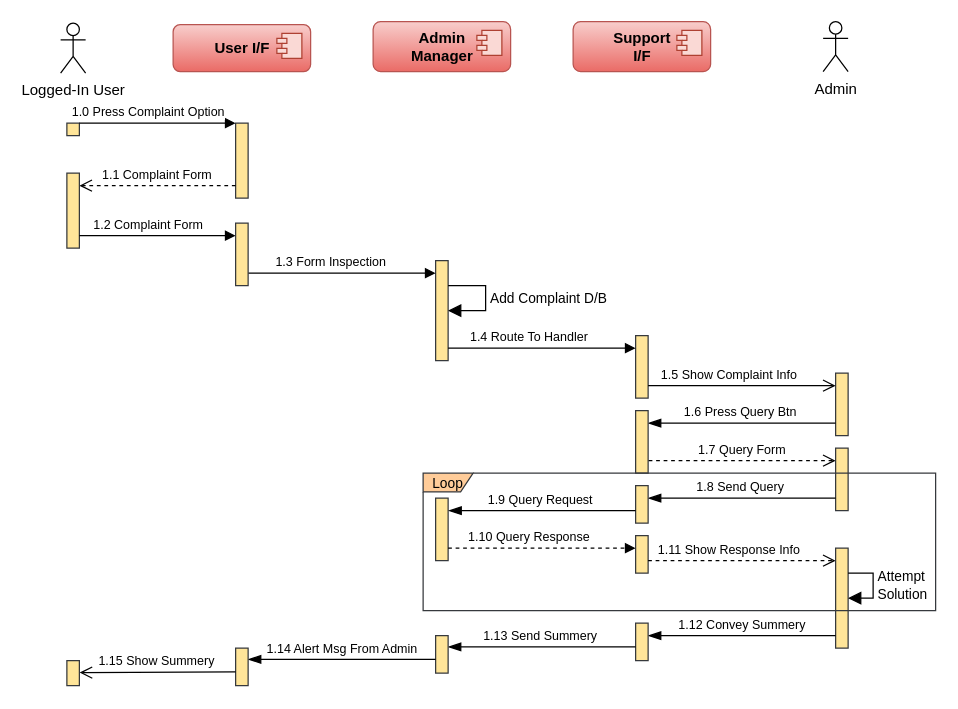
The draw.io diagram page "SAD SUC-2" (3 of 4) of SAD Sequence Diagrams.drawio in Itaybarbar/myProject, before the edit. Source tidied: cells renumbered, new cells numbered last; positions are measured from the earlier drawing's top-left corner, leaving out a move shared by most shapes. Both pictures are drawn from the tidied source at 125%, with x=0, y=0 at pixel (60, 21).
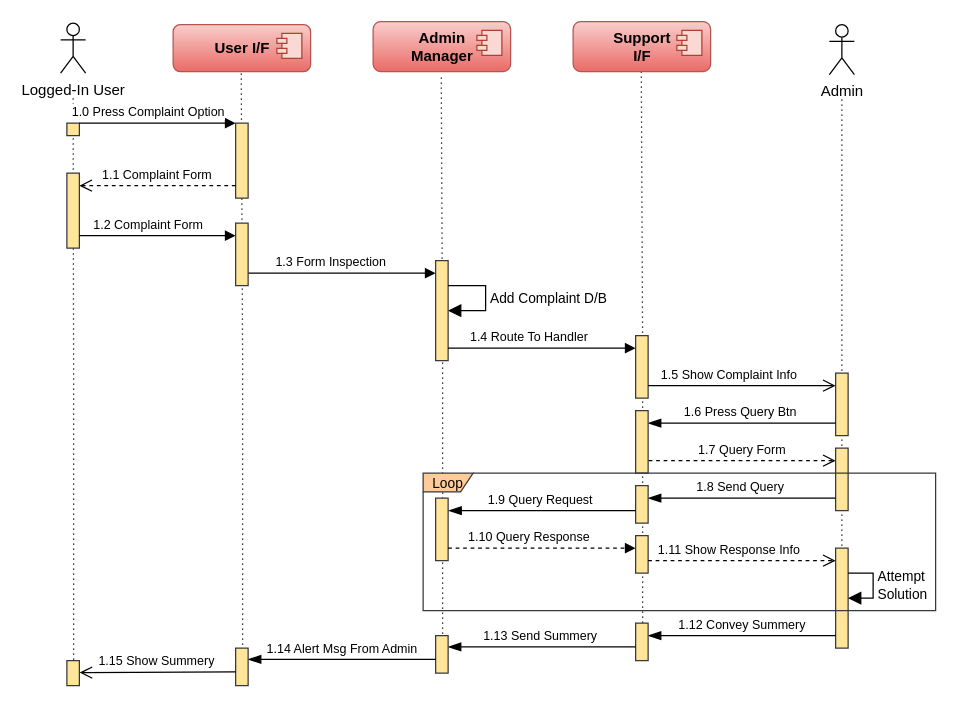
After the change.

Unchanged cells that the change refers to:
```xml
<mxCell id="38" style="html=1;points=[];perimeter=orthogonalPerimeter;fillColor=#FFE599;strokeColor=#36393d;" parent="1" vertex="1">
  <mxGeometry x="460" y="481" width="10" height="30" as="geometry" />
</mxCell>
<mxCell id="41" style="html=1;points=[];perimeter=orthogonalPerimeter;fillColor=#FFE599;strokeColor=#36393d;" parent="1" vertex="1">
  <mxGeometry x="300" y="491" width="10" height="30" as="geometry" />
</mxCell>
<mxCell id="43" style="html=1;points=[];perimeter=orthogonalPerimeter;fillColor=#FFE599;strokeColor=#36393d;" parent="1" vertex="1">
  <mxGeometry x="140" y="501" width="10" height="30" as="geometry" />
</mxCell>
<mxCell id="45" style="html=1;points=[];perimeter=orthogonalPerimeter;fillColor=#FFE599;strokeColor=#36393d;" parent="1" vertex="1">
  <mxGeometry x="5" y="511" width="10" height="20" as="geometry" />
</mxCell>
```

Diff of the diagram source:
```diff
@@
+    <mxCell id="46" style="endArrow=none;dashed=1;html=1;dashPattern=1 3;strokeWidth=1;rounded=0;startSize=8;endSize=6;edgeStyle=orthogonalEdgeStyle;exitX=0.54;exitY=-0.04;exitDx=0;exitDy=0;exitPerimeter=0;" parent="1" edge="1" source="45">
+      <mxGeometry relative="1" as="geometry">
+        <mxPoint x="10" y="61" as="targetPoint" />
+      </mxGeometry>
+    </mxCell>
+    <mxCell id="47" style="endArrow=none;dashed=1;html=1;dashPattern=1 3;strokeWidth=1;rounded=0;startSize=8;endSize=6;edgeStyle=orthogonalEdgeStyle;exitX=0.56;exitY=-0.093;exitDx=0;exitDy=0;exitPerimeter=0;" parent="1" edge="1" source="43">
+      <mxGeometry relative="1" as="geometry">
+        <mxPoint x="144.5" y="39.8" as="targetPoint" />
+      </mxGeometry>
+    </mxCell>
+    <mxCell id="48" style="endArrow=none;dashed=1;html=1;dashPattern=1 3;strokeWidth=1;rounded=0;startSize=8;endSize=6;edgeStyle=orthogonalEdgeStyle;exitX=0.56;exitY=-0.053;exitDx=0;exitDy=0;exitPerimeter=0;" parent="1" edge="1" source="41">
+      <mxGeometry relative="1" as="geometry">
+        <mxPoint x="304.5" y="42.2" as="targetPoint" />
+      </mxGeometry>
+    </mxCell>
+    <mxCell id="49" style="endArrow=none;dashed=1;html=1;dashPattern=1 3;strokeWidth=1;rounded=0;startSize=8;endSize=6;edgeStyle=orthogonalEdgeStyle;exitX=0.56;exitY=-0.013;exitDx=0;exitDy=0;exitPerimeter=0;" parent="1" edge="1" source="38">
+      <mxGeometry relative="1" as="geometry">
+        <mxPoint x="464.5" y="31" as="targetPoint" />
+      </mxGeometry>
+    </mxCell>
+    <mxCell id="50" style="endArrow=none;dashed=1;html=1;dashPattern=1 3;strokeWidth=1;rounded=0;startSize=8;endSize=6;edgeStyle=orthogonalEdgeStyle;" parent="1" edge="1">
+      <mxGeometry relative="1" as="geometry">
+        <mxPoint x="625" y="471" as="sourcePoint" />
+        <mxPoint x="625" y="61" as="targetPoint" />
+      </mxGeometry>
+    </mxCell>
@@
     <mxCell id="7" value="Admin" style="shape=umlActor;verticalLabelPosition=bottom;verticalAlign=top;html=1;" parent="1" vertex="1">
-      <mxGeometry x="610" y="-0.2" width="20" height="40" as="geometry" />
+      <mxGeometry x="615" y="2.2" width="20" height="40" as="geometry" />
     </mxCell>
```
